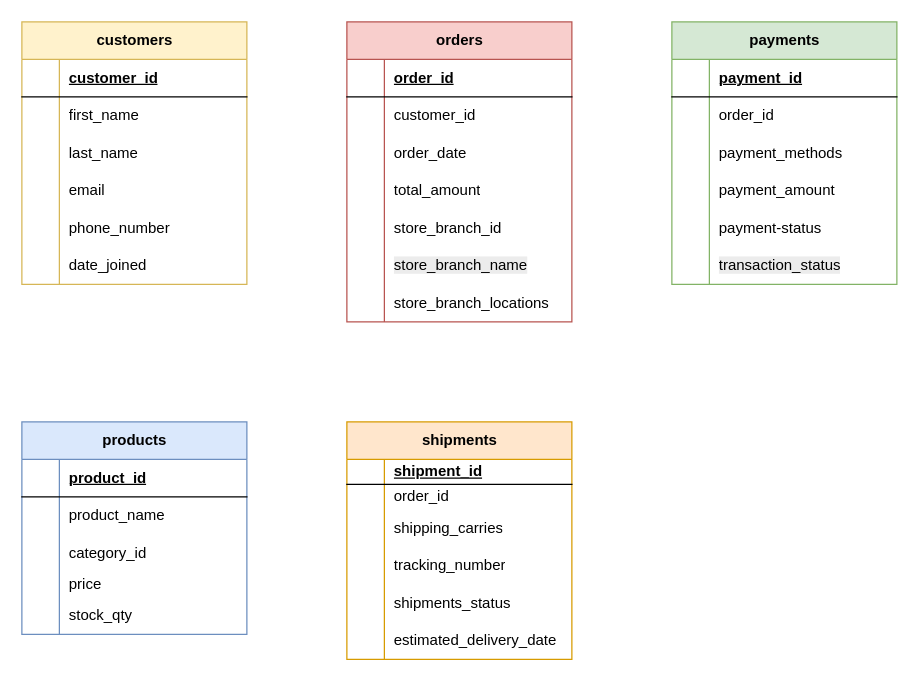
Before: Data Models.drawio in RahulKumarsingh2001/Data_base_design, a draw.io diagram. Source tidied: cells renumbered, new cells numbered last; positions are measured from the earlier drawing's top-left corner, leaving out a move shared by most shapes. Both pictures are drawn from the tidied source at 125%, with x=0, y=0 at pixel (21, 21).
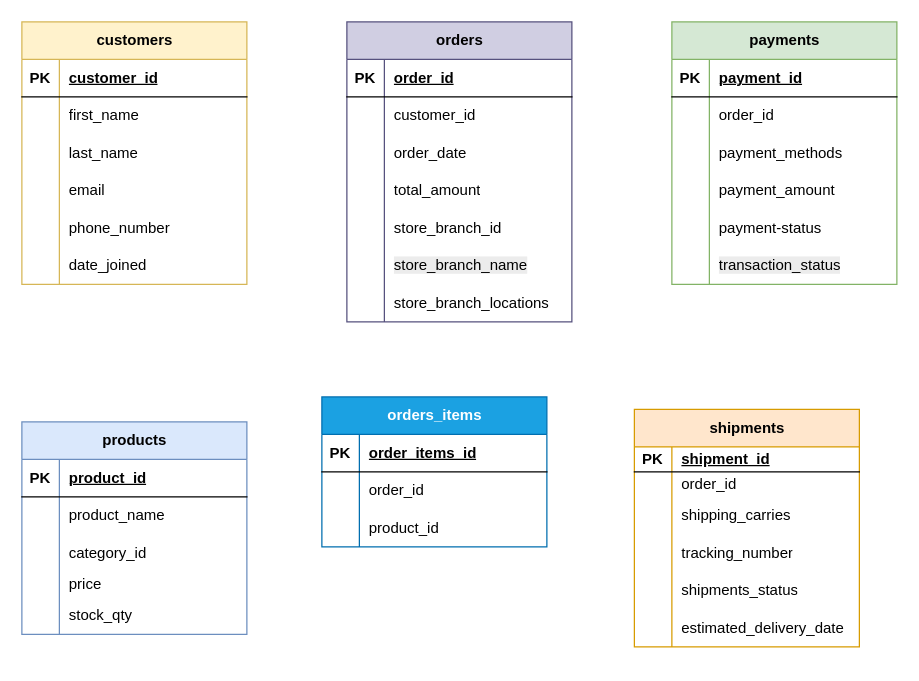
The same diagram, later.

Unchanged cells that the change refers to:
```xml
<mxCell id="3" style="shape=tableRow;horizontal=0;startSize=0;swimlaneHead=0;swimlaneBody=0;fillColor=none;top=0;left=0;right=0;bottom=1;" parent="2" vertex="1">
  <mxGeometry y="30" width="180" height="30" as="geometry" />
</mxCell>
<mxCell id="22" style="shape=tableRow;horizontal=0;startSize=0;swimlaneHead=0;swimlaneBody=0;fillColor=none;top=0;left=0;right=0;bottom=1;" parent="21" vertex="1">
  <mxGeometry y="30" width="180" height="30" as="geometry" />
</mxCell>
<mxCell id="44" style="shape=tableRow;horizontal=0;startSize=0;swimlaneHead=0;swimlaneBody=0;fillColor=none;top=0;left=0;right=0;bottom=1;" parent="43" vertex="1">
  <mxGeometry y="30" width="180" height="30" as="geometry" />
</mxCell>
<mxCell id="60" style="shape=tableRow;horizontal=0;startSize=0;swimlaneHead=0;swimlaneBody=0;fillColor=none;top=0;left=0;right=0;bottom=1;" parent="59" vertex="1">
  <mxGeometry y="30" width="180" height="20" as="geometry" />
</mxCell>
<mxCell id="79" style="shape=tableRow;horizontal=0;startSize=0;swimlaneHead=0;swimlaneBody=0;fillColor=none;top=0;left=0;right=0;bottom=1;" parent="78" vertex="1">
  <mxGeometry y="30" width="180" height="30" as="geometry" />
</mxCell>
```

The edit, as a diff of the source:
```diff
@@
-    <mxCell id="4" style="shape=partialRectangle;fillColor=none;top=0;left=0;bottom=0;right=0;fontStyle=1;overflow=hidden;whiteSpace=wrap;html=1;" parent="3" vertex="1">
+    <mxCell id="4" value="PK" style="shape=partialRectangle;fillColor=none;top=0;left=0;bottom=0;right=0;fontStyle=1;overflow=hidden;whiteSpace=wrap;html=1;" parent="3" vertex="1">
       <mxGeometry width="30" height="30" as="geometry" />
     </mxCell>
@@
-    <mxCell id="21" value="orders" style="shape=table;startSize=30;childLayout=tableLayout;rowLines=0;fontStyle=1;align=center;html=1;fillColor=#f8cecc;strokeColor=#b85450;" parent="1" vertex="1">
+    <mxCell id="21" value="orders" style="shape=table;startSize=30;childLayout=tableLayout;rowLines=0;fontStyle=1;align=center;html=1;fillColor=#d0cee2;strokeColor=#56517e;" parent="1" vertex="1">
       <mxGeometry x="260" width="180" height="240" as="geometry" />
     </mxCell>
@@
-    <mxCell id="23" style="shape=partialRectangle;fillColor=none;top=0;left=0;bottom=0;right=0;fontStyle=1;overflow=hidden;whiteSpace=wrap;html=1;" parent="22" vertex="1">
+    <mxCell id="23" value="PK" style="shape=partialRectangle;fillColor=none;top=0;left=0;bottom=0;right=0;fontStyle=1;overflow=hidden;whiteSpace=wrap;html=1;" parent="22" vertex="1">
       <mxGeometry width="30" height="30" as="geometry" />
     </mxCell>
@@
-    <mxCell id="45" style="shape=partialRectangle;fillColor=none;top=0;left=0;bottom=0;right=0;fontStyle=1;overflow=hidden;whiteSpace=wrap;html=1;" parent="44" vertex="1">
+    <mxCell id="45" value="PK" style="shape=partialRectangle;fillColor=none;top=0;left=0;bottom=0;right=0;fontStyle=1;overflow=hidden;whiteSpace=wrap;html=1;" parent="44" vertex="1">
       <mxGeometry width="30" height="30" as="geometry" />
     </mxCell>
@@
     <mxCell id="59" value="shipments" style="shape=table;startSize=30;childLayout=tableLayout;rowLines=0;fontStyle=1;align=center;html=1;fillColor=#ffe6cc;strokeColor=#d79b00;" parent="1" vertex="1">
-      <mxGeometry x="260" y="320" width="180" height="190" as="geometry" />
+      <mxGeometry x="490" y="310" width="180" height="190" as="geometry" />
     </mxCell>
@@
-    <mxCell id="61" style="shape=partialRectangle;fillColor=none;top=0;left=0;bottom=0;right=0;fontStyle=1;overflow=hidden;whiteSpace=wrap;html=1;" parent="60" vertex="1">
+    <mxCell id="61" value="PK" style="shape=partialRectangle;fillColor=none;top=0;left=0;bottom=0;right=0;fontStyle=1;overflow=hidden;whiteSpace=wrap;html=1;" parent="60" vertex="1">
       <mxGeometry width="30" height="20" as="geometry" />
     </mxCell>
@@
-    <mxCell id="80" style="shape=partialRectangle;fillColor=none;top=0;left=0;bottom=0;right=0;fontStyle=1;overflow=hidden;whiteSpace=wrap;html=1;" parent="79" vertex="1">
+    <mxCell id="80" value="PK" style="shape=partialRectangle;fillColor=none;top=0;left=0;bottom=0;right=0;fontStyle=1;overflow=hidden;whiteSpace=wrap;html=1;" parent="79" vertex="1">
       <mxGeometry width="30" height="30" as="geometry" />
     </mxCell>
@@
+    <mxCell id="97" value="orders_items" style="shape=table;startSize=30;childLayout=tableLayout;rowLines=0;fontStyle=1;align=center;html=1;fillColor=#1ba1e2;strokeColor=#006EAF;fontColor=#ffffff;" parent="1" vertex="1">
+      <mxGeometry x="240" y="300" width="180" height="120" as="geometry" />
+    </mxCell>
+    <mxCell id="98" style="shape=tableRow;horizontal=0;startSize=0;swimlaneHead=0;swimlaneBody=0;fillColor=none;top=0;left=0;right=0;bottom=1;" parent="97" vertex="1">
+      <mxGeometry y="30" width="180" height="30" as="geometry" />
+    </mxCell>
+    <mxCell id="99" value="PK" style="shape=partialRectangle;fillColor=none;top=0;left=0;bottom=0;right=0;fontStyle=1;overflow=hidden;whiteSpace=wrap;html=1;" parent="98" vertex="1">
+      <mxGeometry width="30" height="30" as="geometry" />
+    </mxCell>
+    <mxCell id="100" value="order_items_id" style="shape=partialRectangle;fillColor=none;top=0;left=0;bottom=0;right=0;align=left;spacingLeft=6;fontStyle=5;overflow=hidden;whiteSpace=wrap;html=1;" parent="98" vertex="1">
+      <mxGeometry x="30" width="150" height="30" as="geometry" />
+    </mxCell>
+    <mxCell id="101" style="shape=tableRow;horizontal=0;startSize=0;swimlaneHead=0;swimlaneBody=0;fillColor=none;top=0;left=0;right=0;bottom=0;" parent="97" vertex="1">
+      <mxGeometry y="60" width="180" height="30" as="geometry" />
+    </mxCell>
+    <mxCell id="102" style="shape=partialRectangle;fillColor=none;top=0;left=0;bottom=0;right=0;overflow=hidden;whiteSpace=wrap;html=1;" parent="101" vertex="1">
+      <mxGeometry width="30" height="30" as="geometry" />
+    </mxCell>
+    <mxCell id="103" value="order_id" style="shape=partialRectangle;fillColor=none;top=0;left=0;bottom=0;right=0;align=left;spacingLeft=6;overflow=hidden;whiteSpace=wrap;html=1;" parent="101" vertex="1">
+      <mxGeometry x="30" width="150" height="30" as="geometry" />
+    </mxCell>
+    <mxCell id="104" style="shape=tableRow;horizontal=0;startSize=0;swimlaneHead=0;swimlaneBody=0;fillColor=none;top=0;left=0;right=0;bottom=0;" parent="97" vertex="1">
+      <mxGeometry y="90" width="180" height="30" as="geometry" />
+    </mxCell>
+    <mxCell id="105" style="shape=partialRectangle;fillColor=none;top=0;left=0;bottom=0;right=0;overflow=hidden;whiteSpace=wrap;html=1;" parent="104" vertex="1">
+      <mxGeometry width="30" height="30" as="geometry" />
+    </mxCell>
+    <mxCell id="106" value="product_id" style="shape=partialRectangle;fillColor=none;top=0;left=0;bottom=0;right=0;align=left;spacingLeft=6;overflow=hidden;whiteSpace=wrap;html=1;" parent="104" vertex="1">
+      <mxGeometry x="30" width="150" height="30" as="geometry" />
+    </mxCell>
```
